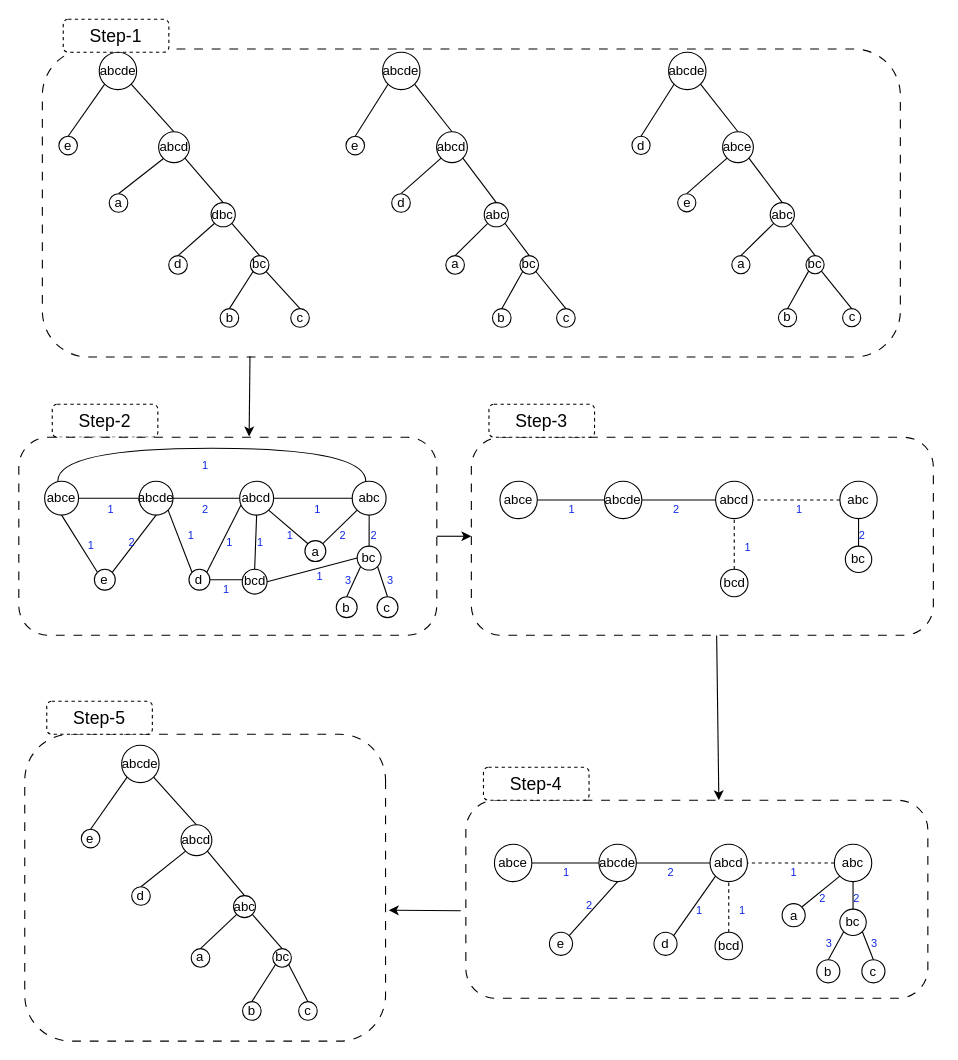
Earlier version of the draw.io diagram page "Page-2" (1 of 3) of img/Fig_degree.drawio (tahiri-lab/PrismTree). Source tidied: cells renumbered, new cells numbered last; positions are measured from the earlier drawing's top-left corner, leaving out a move shared by most shapes. Both pictures are drawn from the tidied source at 110%, with x=0, y=0 at pixel (19, 19).
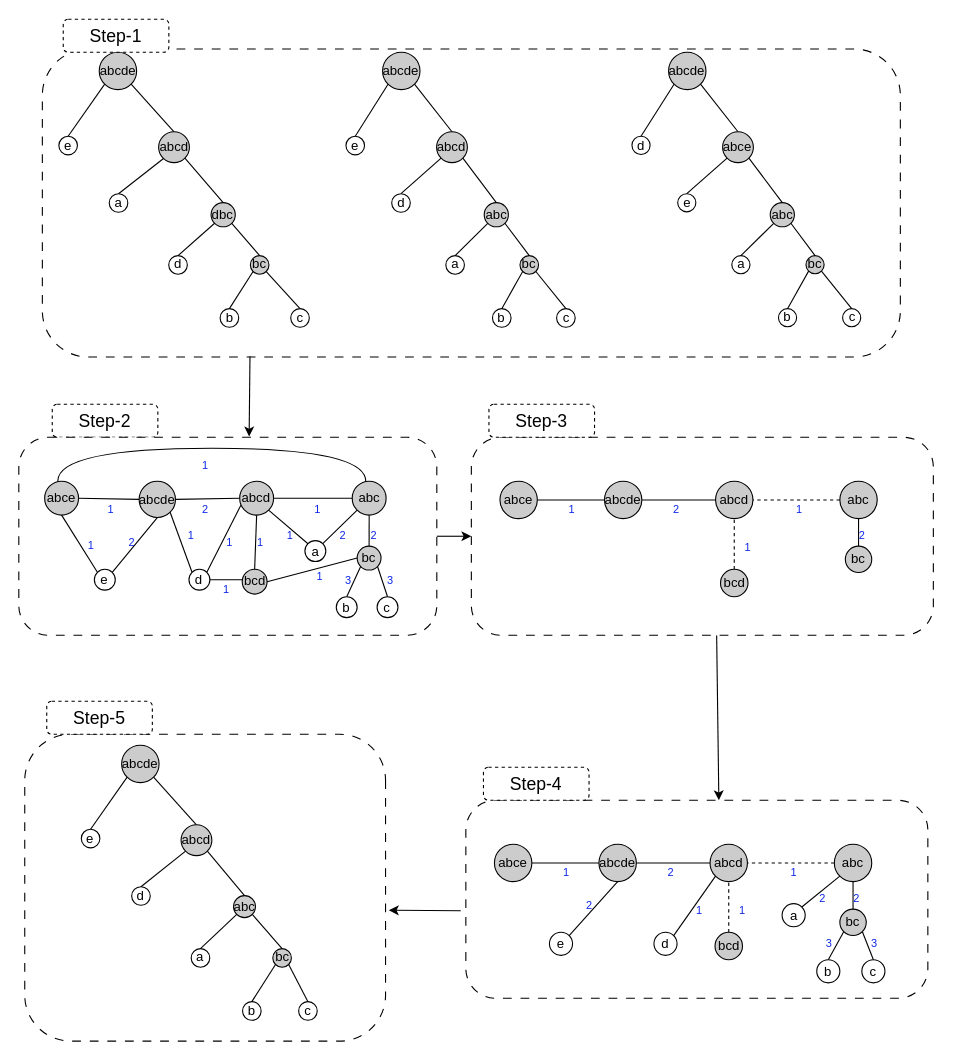
Above is the later version.

Unchanged cells that the change refers to:
```xml
<mxCell id="4" style="group;" parent="1" vertex="1">
  <mxGeometry x="297" y="30" width="504" height="277.1" as="geometry" />
</mxCell>
<mxCell id="23" style="group;" parent="1" vertex="1">
  <mxGeometry x="557" y="30" width="279" height="270" as="geometry" />
</mxCell>
<mxCell id="41" style="group;" parent="1" vertex="1">
  <mxGeometry x="5" y="380" width="380" height="180" as="geometry" />
</mxCell>
<mxCell id="86" style="group;" parent="1" vertex="1">
  <mxGeometry x="36" y="30" width="227.6" height="250" as="geometry" />
</mxCell>
<mxCell id="104" style="group;" parent="1" vertex="1">
  <mxGeometry x="56.4" y="660" width="227.6" height="250" as="geometry" />
</mxCell>
<mxCell id="127" style="group;" parent="1" vertex="1">
  <mxGeometry x="406" y="680" width="420" height="210" as="geometry" />
</mxCell>
```

The edit, as a diff of the source:
```diff
@@
-    <mxCell id="6" value="bc" style="ellipse;whiteSpace=wrap;html=1;fontStyle=0;" parent="4" vertex="1">
+    <mxCell id="6" value="bc" style="ellipse;whiteSpace=wrap;html=1;fontStyle=0;fillColor=#cccccc;" parent="4" vertex="1">
       <mxGeometry x="158.2" y="184.9" width="16.9" height="16.9" as="geometry" />
     </mxCell>
-    <mxCell id="7" value="abc" style="ellipse;whiteSpace=wrap;html=1;fontStyle=0;" parent="4" vertex="1">
+    <mxCell id="7" value="abc" style="ellipse;whiteSpace=wrap;html=1;fontStyle=0;fillColor=#cccccc;" parent="4" vertex="1">
       <mxGeometry x="125.7" y="136.7" width="22" height="22" as="geometry" />
     </mxCell>
@@
-    <mxCell id="18" value="abcd" style="ellipse;whiteSpace=wrap;html=1;fontStyle=0;" parent="4" vertex="1">
+    <mxCell id="18" value="abcd" style="ellipse;whiteSpace=wrap;html=1;fontStyle=0;fillColor=#cccccc;" parent="4" vertex="1">
       <mxGeometry x="82.4" y="72.3" width="28" height="28" as="geometry" />
     </mxCell>
@@
-    <mxCell id="20" value="&lt;font style=&quot;font-size: 12px;&quot;&gt;abcde&lt;/font&gt;" style="ellipse;whiteSpace=wrap;html=1;fontStyle=0;" parent="4" vertex="1">
+    <mxCell id="20" value="&lt;font style=&quot;font-size: 12px;&quot;&gt;abcde&lt;/font&gt;" style="ellipse;whiteSpace=wrap;html=1;fontStyle=0;fillColor=#cccccc;" parent="4" vertex="1">
       <mxGeometry x="33.3" width="34" height="34" as="geometry" />
     </mxCell>
@@
-    <mxCell id="24" value="bc" style="ellipse;whiteSpace=wrap;html=1;fontStyle=0;" parent="23" vertex="1">
+    <mxCell id="24" value="bc" style="ellipse;whiteSpace=wrap;html=1;fontStyle=0;fillColor=#cccccc;" parent="23" vertex="1">
       <mxGeometry x="158.2" y="184.9" width="16.5" height="16.5" as="geometry" />
     </mxCell>
-    <mxCell id="25" value="abc" style="ellipse;whiteSpace=wrap;html=1;fontStyle=0;" parent="23" vertex="1">
+    <mxCell id="25" value="abc" style="ellipse;whiteSpace=wrap;html=1;fontStyle=0;fillColor=#cccccc;" parent="23" vertex="1">
       <mxGeometry x="125.7" y="136.7" width="22" height="22" as="geometry" />
     </mxCell>
@@
-    <mxCell id="36" value="abce" style="ellipse;whiteSpace=wrap;html=1;fontStyle=0;" parent="23" vertex="1">
+    <mxCell id="36" value="abce" style="ellipse;whiteSpace=wrap;html=1;fontStyle=0;fillColor=#cccccc;" parent="23" vertex="1">
       <mxGeometry x="82.4" y="72.3" width="28" height="28" as="geometry" />
     </mxCell>
@@
-    <mxCell id="38" value="&lt;font style=&quot;font-size: 12px;&quot;&gt;abcde&lt;/font&gt;" style="ellipse;whiteSpace=wrap;html=1;fontStyle=0;" parent="23" vertex="1">
+    <mxCell id="38" value="&lt;font style=&quot;font-size: 12px;&quot;&gt;abcde&lt;/font&gt;" style="ellipse;whiteSpace=wrap;html=1;fontStyle=0;fillColor=#cccccc;" parent="23" vertex="1">
       <mxGeometry x="33.3" width="34" height="34" as="geometry" />
     </mxCell>
@@
-    <mxCell id="43" value="bc" style="ellipse;whiteSpace=wrap;html=1;fontStyle=0;" parent="41" vertex="1">
+    <mxCell id="43" value="bc" style="ellipse;whiteSpace=wrap;html=1;fontStyle=0;fillColor=#cccccc;" parent="41" vertex="1">
       <mxGeometry x="302.2" y="99" width="21.7" height="21.7" as="geometry" />
     </mxCell>
-    <mxCell id="44" value="abc" style="ellipse;whiteSpace=wrap;html=1;fontStyle=0;" parent="41" vertex="1">
+    <mxCell id="44" value="abc" style="ellipse;whiteSpace=wrap;html=1;fontStyle=0;fillColor=#cccccc;" parent="41" vertex="1">
       <mxGeometry x="297.7" y="40" width="30.8" height="30.8" as="geometry" />
     </mxCell>
@@
-    <mxCell id="54" value="bcd" style="ellipse;whiteSpace=wrap;html=1;fontStyle=0;" parent="41" vertex="1">
+    <mxCell id="54" value="bcd" style="ellipse;whiteSpace=wrap;html=1;fontStyle=0;fillColor=#cccccc;" parent="41" vertex="1">
       <mxGeometry x="197.7" y="120" width="22.6" height="22.6" as="geometry" />
     </mxCell>
-    <mxCell id="55" value="abcd" style="ellipse;whiteSpace=wrap;html=1;fontStyle=0;" parent="41" vertex="1">
+    <mxCell id="55" value="abcd" style="ellipse;whiteSpace=wrap;html=1;fontStyle=0;fillColor=#cccccc;" parent="41" vertex="1">
       <mxGeometry x="195.4" y="40" width="30.8" height="30.8" as="geometry" />
     </mxCell>
-    <mxCell id="56" value="&lt;font style=&quot;font-size: 12px;&quot;&gt;abce&lt;/font&gt;" style="ellipse;whiteSpace=wrap;html=1;fontStyle=0;" parent="41" vertex="1">
+    <mxCell id="56" value="&lt;font style=&quot;font-size: 12px;&quot;&gt;abce&lt;/font&gt;" style="ellipse;whiteSpace=wrap;html=1;fontStyle=0;fillColor=#cccccc;" parent="41" vertex="1">
       <mxGeometry x="18.1" y="40" width="30.8" height="30.8" as="geometry" />
     </mxCell>
-    <mxCell id="57" value="&lt;font style=&quot;font-size: 12px;&quot;&gt;abcde&lt;/font&gt;" style="ellipse;whiteSpace=wrap;html=1;fontStyle=0;" parent="41" vertex="1">
-      <mxGeometry x="104" y="40" width="30.8" height="30.8" as="geometry" />
+    <mxCell id="57" value="&lt;font style=&quot;font-size: 12px;&quot;&gt;abcde&lt;/font&gt;" style="ellipse;whiteSpace=wrap;html=1;fontStyle=0;fillColor=#cccccc;" parent="41" vertex="1">
+      <mxGeometry x="104" y="40" width="33" height="33" as="geometry" />
     </mxCell>
@@
-    <mxCell id="87" value="bc" style="ellipse;whiteSpace=wrap;html=1;fontStyle=0;" parent="86" vertex="1">
+    <mxCell id="87" value="bc" style="ellipse;whiteSpace=wrap;html=1;fontStyle=0;fillColor=#cccccc;" parent="86" vertex="1">
       <mxGeometry x="174.1" y="184.9" width="16.9" height="16.9" as="geometry" />
     </mxCell>
-    <mxCell id="88" value="dbc" style="ellipse;whiteSpace=wrap;html=1;fontStyle=0;" parent="86" vertex="1">
+    <mxCell id="88" value="dbc" style="ellipse;whiteSpace=wrap;html=1;fontStyle=0;fillColor=#cccccc;" parent="86" vertex="1">
       <mxGeometry x="138.4" y="136.7" width="22" height="22" as="geometry" />
     </mxCell>
@@
-    <mxCell id="99" value="abcd" style="ellipse;whiteSpace=wrap;html=1;fontStyle=0;" parent="86" vertex="1">
+    <mxCell id="99" value="abcd" style="ellipse;whiteSpace=wrap;html=1;fontStyle=0;fillColor=#cccccc;" parent="86" vertex="1">
       <mxGeometry x="90.7" y="72.3" width="28" height="28" as="geometry" />
     </mxCell>
@@
-    <mxCell id="101" value="&lt;font style=&quot;font-size: 12px;&quot;&gt;abcde&lt;/font&gt;" style="ellipse;whiteSpace=wrap;html=1;fontStyle=0;" parent="86" vertex="1">
+    <mxCell id="101" value="&lt;font style=&quot;font-size: 12px;&quot;&gt;abcde&lt;/font&gt;" style="ellipse;whiteSpace=wrap;html=1;fontStyle=0;fillColor=#cccccc;" parent="86" vertex="1">
       <mxGeometry x="36.7" width="34" height="34" as="geometry" />
     </mxCell>
@@
-    <mxCell id="105" value="bc" style="ellipse;whiteSpace=wrap;html=1;fontStyle=0;" parent="104" vertex="1">
+    <mxCell id="105" value="bc" style="ellipse;whiteSpace=wrap;html=1;fontStyle=0;fillColor=#cccccc;" parent="104" vertex="1">
       <mxGeometry x="174.1" y="184.9" width="16.9" height="16.9" as="geometry" />
     </mxCell>
-    <mxCell id="106" value="abc" style="ellipse;whiteSpace=wrap;html=1;fontStyle=0;" parent="104" vertex="1">
+    <mxCell id="106" value="abc" style="ellipse;whiteSpace=wrap;html=1;fontStyle=0;fillColor=#cccccc;" parent="104" vertex="1">
       <mxGeometry x="138.4" y="136.7" width="20" height="20" as="geometry" />
     </mxCell>
@@
-    <mxCell id="117" value="abcd" style="ellipse;whiteSpace=wrap;html=1;fontStyle=0;" parent="104" vertex="1">
+    <mxCell id="117" value="abcd" style="ellipse;whiteSpace=wrap;html=1;fontStyle=0;fillColor=#cccccc;" parent="104" vertex="1">
       <mxGeometry x="90.7" y="72.3" width="28" height="28" as="geometry" />
     </mxCell>
@@
-    <mxCell id="119" value="&lt;font style=&quot;font-size: 12px;&quot;&gt;abcde&lt;/font&gt;" style="ellipse;whiteSpace=wrap;html=1;fontStyle=0;" parent="104" vertex="1">
+    <mxCell id="119" value="&lt;font style=&quot;font-size: 12px;&quot;&gt;abcde&lt;/font&gt;" style="ellipse;whiteSpace=wrap;html=1;fontStyle=0;fillColor=#cccccc;" parent="104" vertex="1">
       <mxGeometry x="36.7" width="34" height="34" as="geometry" />
     </mxCell>
@@
-    <mxCell id="129" value="bc" style="ellipse;whiteSpace=wrap;html=1;fontStyle=0;" parent="127" vertex="1">
+    <mxCell id="129" value="bc" style="ellipse;whiteSpace=wrap;html=1;fontStyle=0;fillColor=#cccccc;" parent="127" vertex="1">
       <mxGeometry x="340" y="129" width="24" height="24" as="geometry" />
     </mxCell>
-    <mxCell id="130" value="abc" style="ellipse;whiteSpace=wrap;html=1;fontStyle=0;" parent="127" vertex="1">
+    <mxCell id="130" value="abc" style="ellipse;whiteSpace=wrap;html=1;fontStyle=0;fillColor=#cccccc;" parent="127" vertex="1">
       <mxGeometry x="335" y="70" width="34" height="34" as="geometry" />
     </mxCell>
@@
-    <mxCell id="140" value="bcd" style="ellipse;whiteSpace=wrap;html=1;fontStyle=0;" parent="127" vertex="1">
+    <mxCell id="140" value="bcd" style="ellipse;whiteSpace=wrap;html=1;fontStyle=0;fillColor=#cccccc;" parent="127" vertex="1">
       <mxGeometry x="226.5" y="150" width="25" height="25" as="geometry" />
     </mxCell>
-    <mxCell id="141" value="abcd" style="ellipse;whiteSpace=wrap;html=1;fontStyle=0;" parent="127" vertex="1">
+    <mxCell id="141" value="abcd" style="ellipse;whiteSpace=wrap;html=1;fontStyle=0;fillColor=#cccccc;" parent="127" vertex="1">
       <mxGeometry x="222" y="70" width="34" height="34" as="geometry" />
     </mxCell>
-    <mxCell id="142" value="&lt;font style=&quot;font-size: 12px;&quot;&gt;abce&lt;/font&gt;" style="ellipse;whiteSpace=wrap;html=1;fontStyle=0;" parent="127" vertex="1">
+    <mxCell id="142" value="&lt;font style=&quot;font-size: 12px;&quot;&gt;abce&lt;/font&gt;" style="ellipse;whiteSpace=wrap;html=1;fontStyle=0;fillColor=#cccccc;" parent="127" vertex="1">
       <mxGeometry x="26" y="70" width="34" height="34" as="geometry" />
     </mxCell>
-    <mxCell id="143" value="&lt;font style=&quot;font-size: 12px;&quot;&gt;abcde&lt;/font&gt;" style="ellipse;whiteSpace=wrap;html=1;fontStyle=0;" parent="127" vertex="1">
+    <mxCell id="143" value="&lt;font style=&quot;font-size: 12px;&quot;&gt;abcde&lt;/font&gt;" style="ellipse;whiteSpace=wrap;html=1;fontStyle=0;fillColor=#cccccc;" parent="127" vertex="1">
       <mxGeometry x="121" y="70" width="34" height="34" as="geometry" />
     </mxCell>
@@
-    <mxCell id="162" value="bc" style="ellipse;whiteSpace=wrap;html=1;fontStyle=0;" parent="1" vertex="1">
+    <mxCell id="162" value="bc" style="ellipse;whiteSpace=wrap;html=1;fontStyle=0;fillColor=#cccccc;" parent="1" vertex="1">
       <mxGeometry x="751" y="479" width="24" height="24" as="geometry" />
     </mxCell>
-    <mxCell id="163" value="abc" style="ellipse;whiteSpace=wrap;html=1;fontStyle=0;" parent="1" vertex="1">
+    <mxCell id="163" value="abc" style="ellipse;whiteSpace=wrap;html=1;fontStyle=0;fillColor=#cccccc;" parent="1" vertex="1">
       <mxGeometry x="746" y="420" width="34" height="34" as="geometry" />
     </mxCell>
@@
-    <mxCell id="167" value="bcd" style="ellipse;whiteSpace=wrap;html=1;fontStyle=0;" parent="1" vertex="1">
+    <mxCell id="167" value="bcd" style="ellipse;whiteSpace=wrap;html=1;fontStyle=0;fillColor=#cccccc;" parent="1" vertex="1">
       <mxGeometry x="637.5" y="500" width="25" height="25" as="geometry" />
     </mxCell>
-    <mxCell id="168" value="abcd" style="ellipse;whiteSpace=wrap;html=1;fontStyle=0;" parent="1" vertex="1">
+    <mxCell id="168" value="abcd" style="ellipse;whiteSpace=wrap;html=1;fontStyle=0;fillColor=#cccccc;" parent="1" vertex="1">
       <mxGeometry x="633" y="420" width="34" height="34" as="geometry" />
     </mxCell>
-    <mxCell id="169" value="&lt;font style=&quot;font-size: 12px;&quot;&gt;abce&lt;/font&gt;" style="ellipse;whiteSpace=wrap;html=1;fontStyle=0;" parent="1" vertex="1">
+    <mxCell id="169" value="&lt;font style=&quot;font-size: 12px;&quot;&gt;abce&lt;/font&gt;" style="ellipse;whiteSpace=wrap;html=1;fontStyle=0;fillColor=#cccccc;" parent="1" vertex="1">
       <mxGeometry x="437" y="420" width="34" height="34" as="geometry" />
     </mxCell>
-    <mxCell id="170" value="&lt;font style=&quot;font-size: 12px;&quot;&gt;abcde&lt;/font&gt;" style="ellipse;whiteSpace=wrap;html=1;fontStyle=0;" parent="1" vertex="1">
+    <mxCell id="170" value="&lt;font style=&quot;font-size: 12px;&quot;&gt;abcde&lt;/font&gt;" style="ellipse;whiteSpace=wrap;html=1;fontStyle=0;fillColor=#cccccc;" parent="1" vertex="1">
       <mxGeometry x="532" y="420" width="34" height="34" as="geometry" />
     </mxCell>
```
